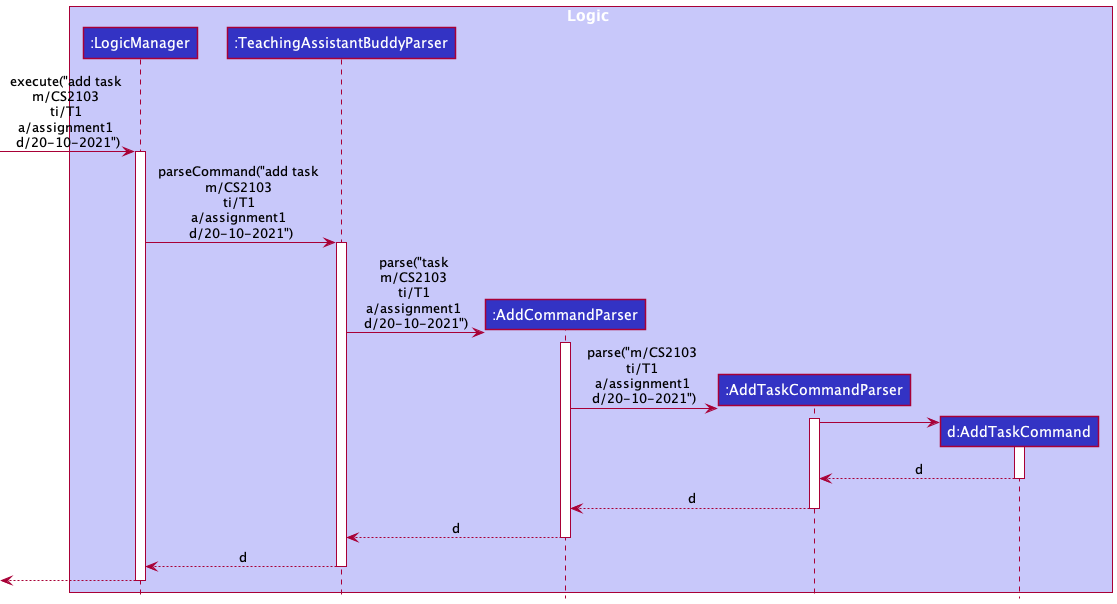
This is docs/images/AddTaskSequenceDiagram1.png from nus-cs2103-AY2122S1/tp, a PlantUML export, as it was before one commit. Its diagram source:
```plantuml
@startuml
!include ../style.puml

box Logic LOGIC_COLOR_T1
participant ":LogicManager" as LogicManager LOGIC_COLOR
participant ":TeachingAssistantBuddyParser" as TeachingAssistantBuddyParser LOGIC_COLOR
participant ":AddCommandParser" as AddCommandParser LOGIC_COLOR
participant ":AddTaskCommandParser" as AddTaskCommandParser LOGIC_COLOR
participant "d:AddTaskCommand" as AddTaskCommand LOGIC_COLOR

end box

[-> LogicManager : execute("add task \nm/CS2103 \nti/T1 \na/assignment1 \nd/20-10-2021")
activate LogicManager

LogicManager -> TeachingAssistantBuddyParser : parseCommand("add task \nm/CS2103 \nti/T1 \na/assignment1 \nd/20-10-2021")
activate TeachingAssistantBuddyParser

create AddCommandParser
TeachingAssistantBuddyParser -> AddCommandParser : parse("task \nm/CS2103 \nti/T1 \na/assignment1 \nd/20-10-2021")
activate AddCommandParser

create AddTaskCommandParser
AddCommandParser -> AddTaskCommandParser : parse("m/CS2103 \nti/T1 \na/assignment1 \nd/20-10-2021")
activate AddTaskCommandParser

create AddTaskCommand
AddTaskCommandParser -> AddTaskCommand
activate AddTaskCommand

AddTaskCommand --> AddTaskCommandParser : d
deactivate AddTaskCommand

AddTaskCommandParser --> AddCommandParser : d
deactivate AddTaskCommandParser

AddCommandParser --> TeachingAssistantBuddyParser : d
deactivate AddCommandParser

TeachingAssistantBuddyParser --> LogicManager : d
deactivate TeachingAssistantBuddyParser


[<--LogicManager
deactivate LogicManager
@enduml
```
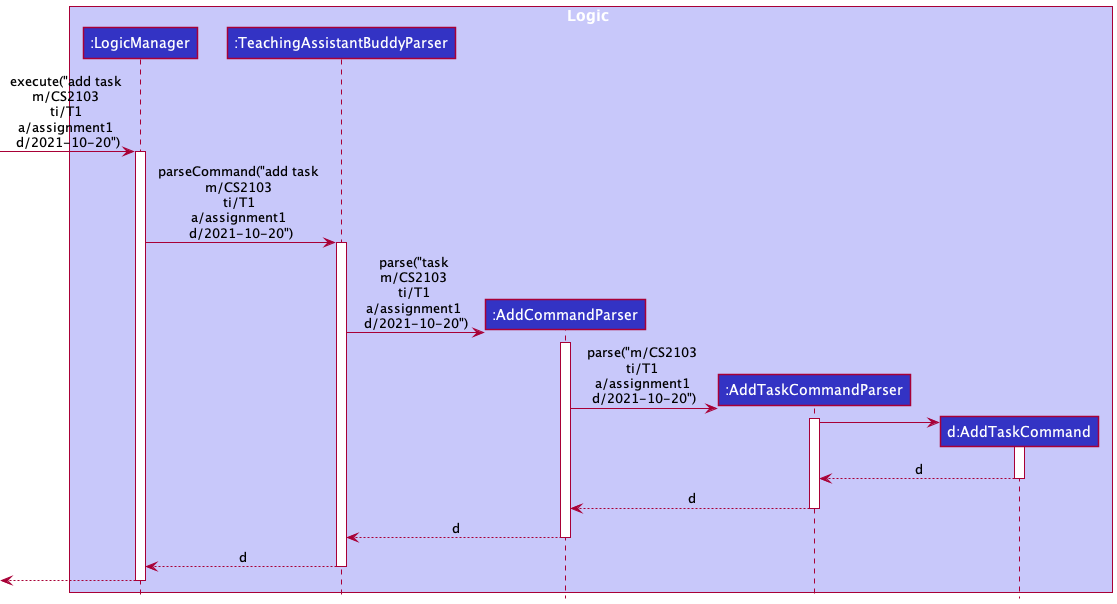
After the change.

The edit, as a diff of the source:
```diff
@@ -10,18 +10,18 @@
 
 end box
 
-[-> LogicManager : execute("add task \nm/CS2103 \nti/T1 \na/assignment1 \nd/20-10-2021")
+[-> LogicManager : execute("add task \nm/CS2103 \nti/T1 \na/assignment1 \nd/2021-10-20")
 activate LogicManager
 
-LogicManager -> TeachingAssistantBuddyParser : parseCommand("add task \nm/CS2103 \nti/T1 \na/assignment1 \nd/20-10-2021")
+LogicManager -> TeachingAssistantBuddyParser : parseCommand("add task \nm/CS2103 \nti/T1 \na/assignment1 \nd/2021-10-20")
 activate TeachingAssistantBuddyParser
 
 create AddCommandParser
-TeachingAssistantBuddyParser -> AddCommandParser : parse("task \nm/CS2103 \nti/T1 \na/assignment1 \nd/20-10-2021")
+TeachingAssistantBuddyParser -> AddCommandParser : parse("task \nm/CS2103 \nti/T1 \na/assignment1 \nd/2021-10-20")
 activate AddCommandParser
 
 create AddTaskCommandParser
-AddCommandParser -> AddTaskCommandParser : parse("m/CS2103 \nti/T1 \na/assignment1 \nd/20-10-2021")
+AddCommandParser -> AddTaskCommandParser : parse("m/CS2103 \nti/T1 \na/assignment1 \nd/2021-10-20")
 activate AddTaskCommandParser
 
 create AddTaskCommand
```
